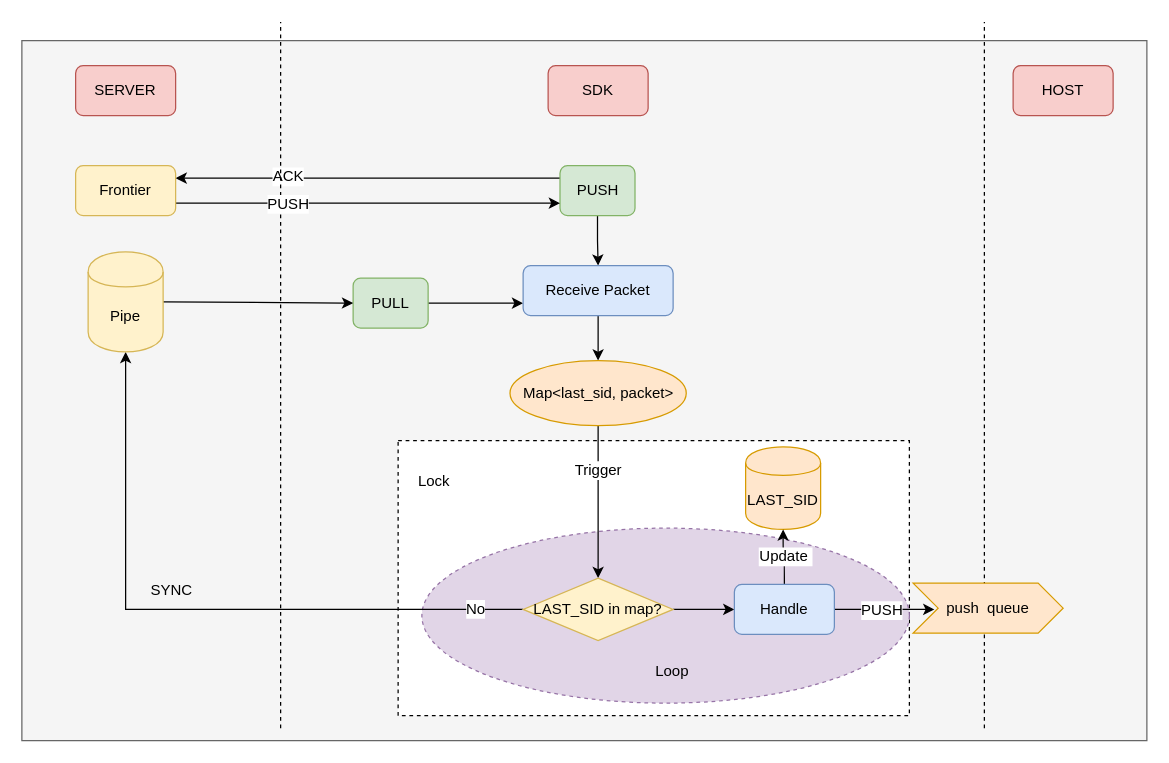
The draw.io diagram push_sync.drawio in Hankszhang/graphs, before the edit. Source tidied: cells renumbered, new cells numbered last; positions are measured from the earlier drawing's top-left corner, leaving out a move shared by most shapes. Both pictures are drawn from the tidied source at 125%, with x=0, y=0 at pixel (21, 21).
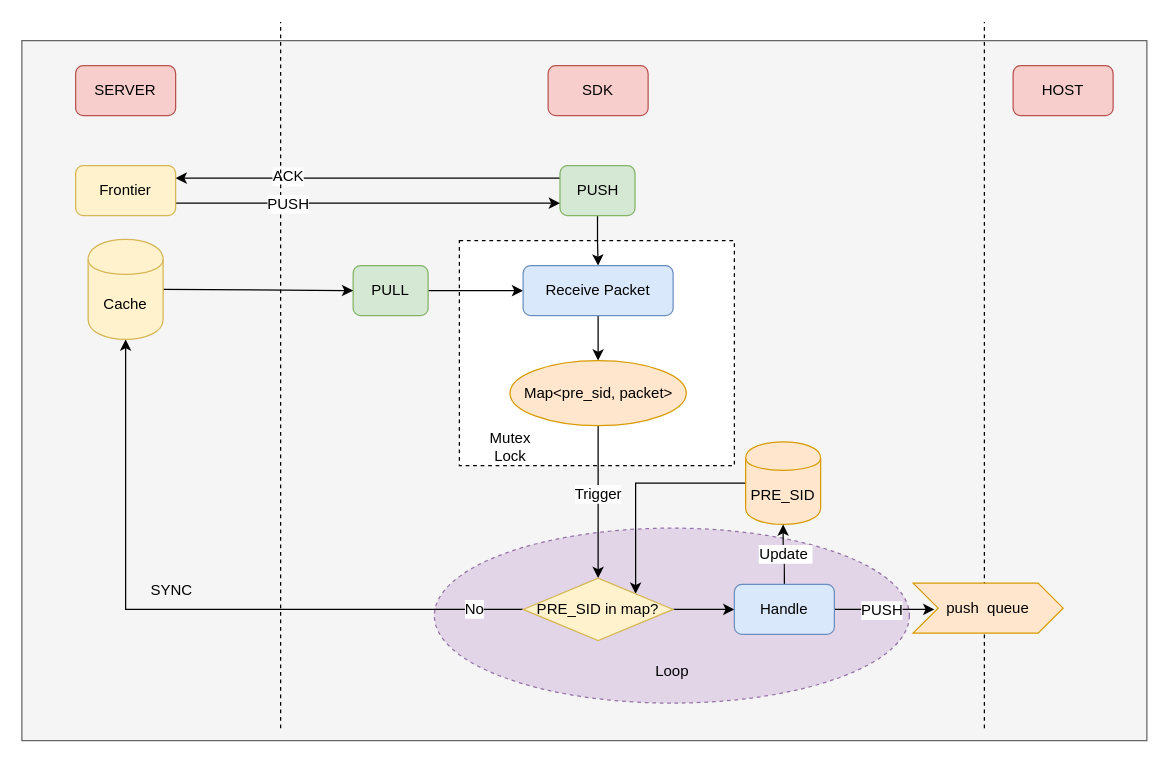
The same diagram, later.

Unchanged cells that the change refers to:
```xml
<mxCell id="15" value="Receive Packet" style="rounded=1;whiteSpace=wrap;html=1;fillColor=#dae8fc;strokeColor=#6c8ebf;" parent="1" vertex="1">
  <mxGeometry x="401" y="195" width="120" height="40" as="geometry" />
</mxCell>
<mxCell id="16" style="edgeStyle=orthogonalEdgeStyle;rounded=0;jettySize=auto;html=1;exitX=0.5;exitY=1;exitDx=0;exitDy=0;entryX=0.5;entryY=0;entryDx=0;entryDy=0;" parent="1" edge="1" source="18" target="23">
  <mxGeometry relative="1" as="geometry" />
</mxCell>
```

Diff of the diagram source:
```diff
@@
     <mxCell id="3" style="rounded=0;whiteSpace=wrap;html=1;dashed=1;" parent="1" vertex="1">
-      <mxGeometry x="301" y="335" width="409" height="220" as="geometry" />
+      <mxGeometry x="350" y="175" width="220" height="180" as="geometry" />
     </mxCell>
     <mxCell id="4" style="ellipse;whiteSpace=wrap;html=1;rounded=1;dashed=1;fillColor=#e1d5e7;strokeColor=#9673a6;" parent="1" vertex="1">
-      <mxGeometry x="320" y="405" width="390" height="140" as="geometry" />
+      <mxGeometry x="330" y="405" width="380" height="140" as="geometry" />
     </mxCell>
@@
-    <mxCell id="12" style="edgeStyle=orthogonalEdgeStyle;rounded=0;jettySize=auto;html=1;exitX=1;exitY=0.5;exitDx=0;exitDy=0;entryX=0;entryY=0.75;entryDx=0;entryDy=0;" parent="1" edge="1" source="13" target="15">
+    <mxCell id="12" style="edgeStyle=orthogonalEdgeStyle;rounded=0;jettySize=auto;html=1;exitX=1;exitY=0.5;exitDx=0;exitDy=0;entryX=0;entryY=0.5;entryDx=0;entryDy=0;" parent="1" edge="1" source="13" target="15">
       <mxGeometry relative="1" as="geometry" />
     </mxCell>
     <mxCell id="13" value="PULL" style="rounded=1;whiteSpace=wrap;html=1;fillColor=#d5e8d4;strokeColor=#82b366;" parent="1" vertex="1">
-      <mxGeometry x="265" y="205" width="60" height="40" as="geometry" />
+      <mxGeometry x="265" y="195" width="60" height="40" as="geometry" />
     </mxCell>
@@
     <mxCell id="17" value="Trigger" style="text;html=1;align=center;verticalAlign=middle;labelBackgroundColor=#ffffff;" parent="16" vertex="1">
       <mxGeometry x="-0.21" y="-1" relative="1" as="geometry">
-        <mxPoint y="-13" as="offset" />
+        <mxPoint y="6" as="offset" />
       </mxGeometry>
     </mxCell>
-    <mxCell id="18" value="Map&amp;lt;last_sid, packet&amp;gt;" style="ellipse;whiteSpace=wrap;html=1;rounded=1;fillColor=#ffe6cc;strokeColor=#d79b00;" parent="1" vertex="1">
+    <mxCell id="18" value="Map&amp;lt;pre_sid, packet&amp;gt;" style="ellipse;whiteSpace=wrap;html=1;rounded=1;fillColor=#ffe6cc;strokeColor=#d79b00;" parent="1" vertex="1">
       <mxGeometry x="390.5" y="271" width="141" height="52" as="geometry" />
     </mxCell>
+    <mxCell id="40" style="edgeStyle=orthogonalEdgeStyle;rounded=0;jettySize=auto;html=1;exitX=0;exitY=0.5;exitDx=0;exitDy=0;entryX=1;entryY=0;entryDx=0;entryDy=0;" parent="1" edge="1" source="19" target="23">
+      <mxGeometry relative="1" as="geometry" />
+    </mxCell>
-    <mxCell id="19" value="LAST_SID" style="shape=cylinder;whiteSpace=wrap;html=1;boundedLbl=1;backgroundOutline=1;rounded=1;fillColor=#ffe6cc;strokeColor=#d79b00;" parent="1" vertex="1">
-      <mxGeometry x="579" y="340" width="60" height="66" as="geometry" />
+    <mxCell id="19" value="PRE_SID" style="shape=cylinder;whiteSpace=wrap;html=1;boundedLbl=1;backgroundOutline=1;rounded=1;fillColor=#ffe6cc;strokeColor=#d79b00;" parent="1" vertex="1">
+      <mxGeometry x="579" y="336" width="60" height="66" as="geometry" />
     </mxCell>
@@
-    <mxCell id="23" value="LAST_SID in map?" style="rhombus;whiteSpace=wrap;html=1;fillColor=#fff2cc;strokeColor=#d6b656;" parent="1" vertex="1">
+    <mxCell id="23" value="PRE_SID in map?" style="rhombus;whiteSpace=wrap;html=1;fillColor=#fff2cc;strokeColor=#d6b656;" parent="1" vertex="1">
       <mxGeometry x="401" y="445" width="120" height="50" as="geometry" />
     </mxCell>
@@
-    <mxCell id="34" value="Pipe" style="shape=cylinder;whiteSpace=wrap;html=1;boundedLbl=1;backgroundOutline=1;rounded=0;fillColor=#fff2cc;strokeColor=#d6b656;" parent="1" vertex="1">
-      <mxGeometry x="53" y="184" width="60" height="80" as="geometry" />
+    <mxCell id="34" value="Cache" style="shape=cylinder;whiteSpace=wrap;html=1;boundedLbl=1;backgroundOutline=1;rounded=0;fillColor=#fff2cc;strokeColor=#d6b656;" parent="1" vertex="1">
+      <mxGeometry x="53" y="174" width="60" height="80" as="geometry" />
     </mxCell>
-    <mxCell id="35" value="Lock" style="text;html=1;strokeColor=none;fillColor=none;align=center;verticalAlign=middle;whiteSpace=wrap;rounded=0;dashed=1;" parent="1" vertex="1">
-      <mxGeometry x="310" y="358" width="40" height="20" as="geometry" />
-    </mxCell>
@@
+    <mxCell id="41" value="Mutex Lock" style="text;html=1;strokeColor=none;fillColor=none;align=center;verticalAlign=middle;whiteSpace=wrap;rounded=0;" parent="1" vertex="1">
+      <mxGeometry x="360.5" y="330" width="60" height="20" as="geometry" />
+    </mxCell>
```
